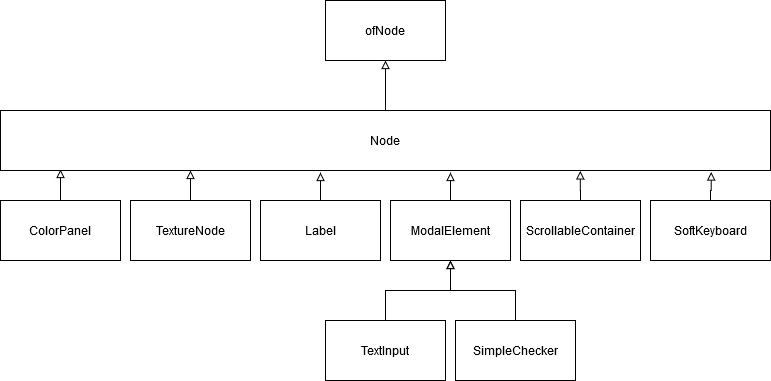
Above: components.png in galsasson/ofxInterface (draw.io), before the change. Source tidied: cells renumbered, new cells last; positions are measured from the earlier drawing's top-left corner, leaving out a move shared by most shapes.
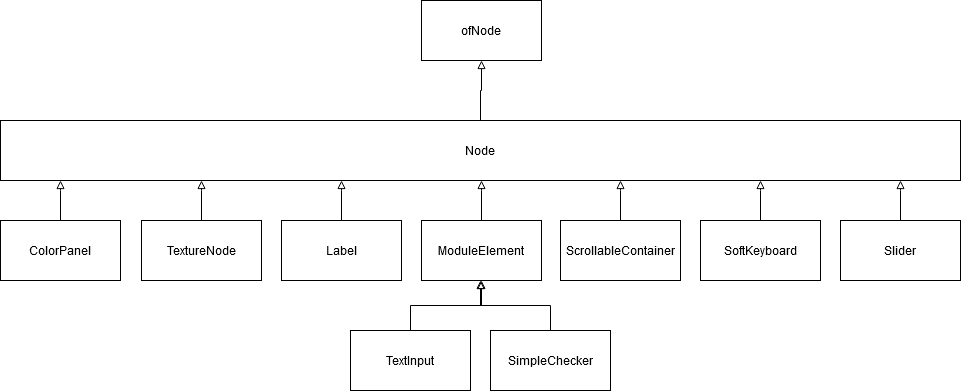
The same diagram one commit later.

Commit message:
slider added, GuiFactory updated, node click debug

Change to the diagram source:
```diff
@@ -2,70 +2,111 @@
   <root>
     <mxCell id="0" />
     <mxCell id="1" parent="0" />
-    <mxCell id="2" style="edgeStyle=orthogonalEdgeStyle;rounded=0;jettySize=auto;html=1;startArrow=block;startFill=0;endArrow=none;endFill=0;" parent="1" edge="1" source="3" target="6">
+    <mxCell id="2" style="edgeStyle=orthogonalEdgeStyle;rounded=0;jettySize=auto;html=1;endArrow=none;endFill=0;startArrow=block;startFill=0;" parent="1" edge="1" source="3" target="6">
       <mxGeometry relative="1" as="geometry" />
     </mxCell>
     <mxCell id="3" value="ofNode" style="rounded=0;whiteSpace=wrap;html=1;" parent="1" vertex="1">
-      <mxGeometry x="325" width="120" height="60" as="geometry" />
+      <mxGeometry x="381" y="20" width="120" height="60" as="geometry" />
     </mxCell>
-    <mxCell id="4" style="edgeStyle=orthogonalEdgeStyle;rounded=0;jettySize=auto;html=1;startArrow=block;startFill=0;endArrow=none;endFill=0;" parent="1" edge="1" target="8">
-      <mxGeometry relative="1" as="geometry">
-        <mxPoint x="60" y="169" as="sourcePoint" />
-      </mxGeometry>
-    </mxCell>
-    <mxCell id="5" style="edgeStyle=orthogonalEdgeStyle;rounded=0;jettySize=auto;html=1;startArrow=block;startFill=0;endArrow=none;endFill=0;" parent="1" edge="1" target="7">
-      <mxGeometry relative="1" as="geometry">
-        <mxPoint x="320" y="172" as="sourcePoint" />
-      </mxGeometry>
-    </mxCell>
-    <mxCell id="6" value="Node" style="rounded=0;whiteSpace=wrap;html=1;" parent="1" vertex="1">
-      <mxGeometry y="110" width="770" height="60" as="geometry" />
+    <mxCell id="6" value="Node" style="whiteSpace=wrap;html=1;rounded=0;" parent="1" vertex="1">
+      <mxGeometry x="-40" y="140" width="960" height="60" as="geometry" />
     </mxCell>
+    <mxCell id="21" style="edgeStyle=orthogonalEdgeStyle;rounded=0;jettySize=auto;html=1;startArrow=none;startFill=0;endArrow=block;endFill=0;" parent="1" edge="1" source="8" target="6">
+      <mxGeometry relative="1" as="geometry">
+        <Array as="points">
+          <mxPoint x="20" y="210" />
+          <mxPoint x="20" y="210" />
+        </Array>
+      </mxGeometry>
+    </mxCell>
+    <mxCell id="8" value="ColorPanel" style="rounded=0;whiteSpace=wrap;html=1;" parent="1" vertex="1">
+      <mxGeometry x="-40" y="240" width="120" height="60" as="geometry" />
+    </mxCell>
+    <mxCell id="22" style="edgeStyle=orthogonalEdgeStyle;rounded=0;jettySize=auto;html=1;startArrow=none;startFill=0;endArrow=block;endFill=0;" parent="1" edge="1" source="17">
+      <mxGeometry relative="1" as="geometry">
+        <mxPoint x="161" y="200" as="targetPoint" />
+        <Array as="points">
+          <mxPoint x="161" y="210" />
+          <mxPoint x="161" y="210" />
+        </Array>
+      </mxGeometry>
+    </mxCell>
+    <mxCell id="17" value="TextureNode" style="rounded=0;whiteSpace=wrap;html=1;" parent="1" vertex="1">
+      <mxGeometry x="101" y="240" width="120" height="60" as="geometry" />
+    </mxCell>
+    <mxCell id="23" style="edgeStyle=orthogonalEdgeStyle;rounded=0;jettySize=auto;html=1;startArrow=none;startFill=0;endArrow=block;endFill=0;" parent="1" edge="1" source="7">
+      <mxGeometry relative="1" as="geometry">
+        <mxPoint x="301" y="200" as="targetPoint" />
+        <Array as="points">
+          <mxPoint x="301" y="210" />
+          <mxPoint x="301" y="210" />
+        </Array>
+      </mxGeometry>
+    </mxCell>
     <mxCell id="7" value="Label" style="rounded=0;whiteSpace=wrap;html=1;" parent="1" vertex="1">
-      <mxGeometry x="260" y="200" width="120" height="60" as="geometry" />
+      <mxGeometry x="241" y="240" width="120" height="60" as="geometry" />
     </mxCell>
-    <mxCell id="8" value="ColorPanel" style="rounded=0;whiteSpace=wrap;html=1;" parent="1" vertex="1">
-      <mxGeometry y="200" width="120" height="60" as="geometry" />
-    </mxCell>
-    <mxCell id="9" style="edgeStyle=orthogonalEdgeStyle;rounded=0;jettySize=auto;html=1;startArrow=block;startFill=0;endArrow=none;endFill=0;" parent="1" edge="1" target="18">
-      <mxGeometry relative="1" as="geometry">
-        <mxPoint x="450" y="172" as="sourcePoint" />
-      </mxGeometry>
-    </mxCell>
-    <mxCell id="10" style="edgeStyle=orthogonalEdgeStyle;rounded=0;jettySize=auto;html=1;startArrow=block;startFill=0;endArrow=none;endFill=0;exitX=0.753;exitY=1.007;exitDx=0;exitDy=0;exitPerimeter=0;" parent="1" edge="1" source="6" target="19">
-      <mxGeometry relative="1" as="geometry" />
-    </mxCell>
-    <mxCell id="11" style="edgeStyle=orthogonalEdgeStyle;rounded=0;jettySize=auto;html=1;startArrow=block;startFill=0;endArrow=none;endFill=0;exitX=0.5;exitY=1;exitDx=0;exitDy=0;" parent="1" edge="1" source="18" target="12">
-      <mxGeometry relative="1" as="geometry" />
-    </mxCell>
+    <mxCell id="24" style="edgeStyle=orthogonalEdgeStyle;rounded=0;jettySize=auto;html=1;startArrow=none;startFill=0;endArrow=block;endFill=0;" parent="1" edge="1" source="25">
+      <mxGeometry relative="1" as="geometry">
+        <mxPoint x="441" y="200" as="targetPoint" />
+        <Array as="points">
+          <mxPoint x="441" y="210" />
+          <mxPoint x="441" y="210" />
+        </Array>
+      </mxGeometry>
+    </mxCell>
+    <mxCell id="25" value="ModuleElement" style="rounded=0;whiteSpace=wrap;html=1;" parent="1" vertex="1">
+      <mxGeometry x="381" y="240" width="120" height="60" as="geometry" />
+    </mxCell>
+    <mxCell id="26" style="edgeStyle=orthogonalEdgeStyle;rounded=0;jettySize=auto;html=1;entryX=0.5;entryY=1;entryDx=0;entryDy=0;startArrow=none;startFill=0;endArrow=block;endFill=0;" parent="1" edge="1" source="15" target="25">
+      <mxGeometry relative="1" as="geometry" />
+    </mxCell>
+    <mxCell id="15" value="TextInput" style="rounded=0;whiteSpace=wrap;html=1;" parent="1" vertex="1">
+      <mxGeometry x="310" y="350" width="120" height="60" as="geometry" />
+    </mxCell>
+    <mxCell id="27" style="edgeStyle=orthogonalEdgeStyle;rounded=0;jettySize=auto;html=1;exitX=0.5;exitY=0;exitDx=0;exitDy=0;startArrow=none;startFill=0;endArrow=block;endFill=0;" parent="1" edge="1" source="12">
+      <mxGeometry relative="1" as="geometry">
+        <mxPoint x="440" y="300" as="targetPoint" />
+      </mxGeometry>
+    </mxCell>
     <mxCell id="12" value="SimpleChecker" style="rounded=0;whiteSpace=wrap;html=1;" parent="1" vertex="1">
-      <mxGeometry x="455" y="320" width="120" height="60" as="geometry" />
+      <mxGeometry x="450" y="350" width="120" height="60" as="geometry" />
     </mxCell>
-    <mxCell id="13" style="edgeStyle=orthogonalEdgeStyle;rounded=0;jettySize=auto;html=1;startArrow=block;startFill=0;endArrow=none;endFill=0;exitX=0.923;exitY=1.025;exitDx=0;exitDy=0;exitPerimeter=0;" parent="1" edge="1" source="6" target="20">
-      <mxGeometry relative="1" as="geometry" />
-    </mxCell>
-    <mxCell id="14" style="edgeStyle=orthogonalEdgeStyle;rounded=0;jettySize=auto;html=1;startArrow=block;startFill=0;endArrow=none;endFill=0;exitX=0.5;exitY=1;exitDx=0;exitDy=0;" parent="1" edge="1" source="18" target="15">
-      <mxGeometry relative="1" as="geometry" />
-    </mxCell>
-    <mxCell id="15" value="TextInput" style="rounded=0;whiteSpace=wrap;html=1;" parent="1" vertex="1">
-      <mxGeometry x="325" y="320" width="120" height="60" as="geometry" />
-    </mxCell>
-    <mxCell id="16" style="edgeStyle=orthogonalEdgeStyle;rounded=0;jettySize=auto;html=1;startArrow=block;startFill=0;endArrow=none;endFill=0;" parent="1" edge="1" target="17">
-      <mxGeometry relative="1" as="geometry">
-        <mxPoint x="190" y="170" as="sourcePoint" />
-      </mxGeometry>
-    </mxCell>
-    <mxCell id="17" value="TextureNode" style="rounded=0;whiteSpace=wrap;html=1;" parent="1" vertex="1">
-      <mxGeometry x="130" y="200" width="120" height="60" as="geometry" />
-    </mxCell>
-    <mxCell id="18" value="ModalElement" style="rounded=0;whiteSpace=wrap;html=1;" parent="1" vertex="1">
-      <mxGeometry x="390" y="200" width="120" height="60" as="geometry" />
-    </mxCell>
+    <mxCell id="28" style="edgeStyle=orthogonalEdgeStyle;rounded=0;jettySize=auto;html=1;startArrow=none;startFill=0;endArrow=block;endFill=0;" parent="1" edge="1" source="19">
+      <mxGeometry relative="1" as="geometry">
+        <mxPoint x="580" y="200" as="targetPoint" />
+        <Array as="points">
+          <mxPoint x="580" y="210" />
+          <mxPoint x="580" y="210" />
+        </Array>
+      </mxGeometry>
+    </mxCell>
     <mxCell id="19" value="ScrollableContainer" style="rounded=0;whiteSpace=wrap;html=1;" parent="1" vertex="1">
-      <mxGeometry x="520" y="200" width="120" height="60" as="geometry" />
+      <mxGeometry x="520" y="240" width="120" height="60" as="geometry" />
     </mxCell>
+    <mxCell id="29" style="edgeStyle=orthogonalEdgeStyle;rounded=0;jettySize=auto;html=1;startArrow=none;startFill=0;endArrow=block;endFill=0;" parent="1" edge="1" source="20">
+      <mxGeometry relative="1" as="geometry">
+        <mxPoint x="720" y="200" as="targetPoint" />
+        <Array as="points">
+          <mxPoint x="720" y="210" />
+          <mxPoint x="720" y="210" />
+        </Array>
+      </mxGeometry>
+    </mxCell>
     <mxCell id="20" value="SoftKeyboard" style="rounded=0;whiteSpace=wrap;html=1;" parent="1" vertex="1">
-      <mxGeometry x="650" y="200" width="120" height="60" as="geometry" />
+      <mxGeometry x="660" y="240" width="120" height="60" as="geometry" />
     </mxCell>
+    <mxCell id="30" style="edgeStyle=orthogonalEdgeStyle;rounded=0;jettySize=auto;html=1;startArrow=none;startFill=0;endArrow=block;endFill=0;" parent="1" edge="1" source="31">
+      <mxGeometry relative="1" as="geometry">
+        <mxPoint x="860" y="200" as="targetPoint" />
+        <Array as="points">
+          <mxPoint x="860" y="210" />
+          <mxPoint x="860" y="210" />
+        </Array>
+      </mxGeometry>
+    </mxCell>
+    <mxCell id="31" value="Slider" style="rounded=0;whiteSpace=wrap;html=1;" parent="1" vertex="1">
+      <mxGeometry x="800" y="240" width="120" height="60" as="geometry" />
+    </mxCell>
   </root>
 </mxGraphModel>
```
